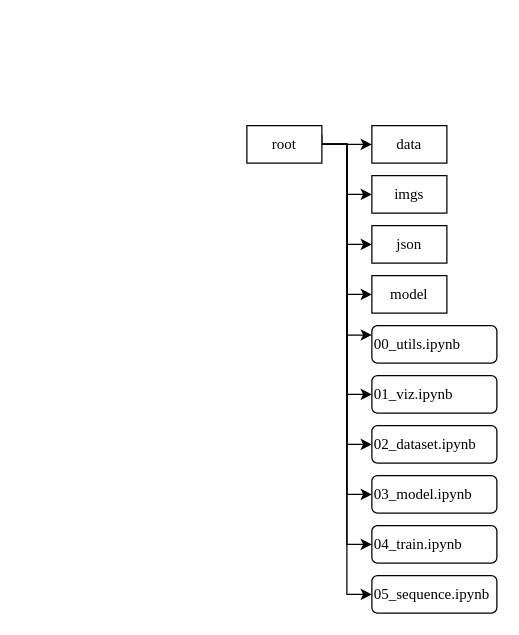
The draw.io diagram bab3/gambar/struktur_direktori.drawio in denilson020898/skripsi, before the edit. Source tidied: cells renumbered, new cells numbered last; positions are measured from the earlier drawing's top-left corner, leaving out a move shared by most shapes. Both pictures are drawn from the tidied source at 125%, with x=0, y=0 at pixel (246, 125).
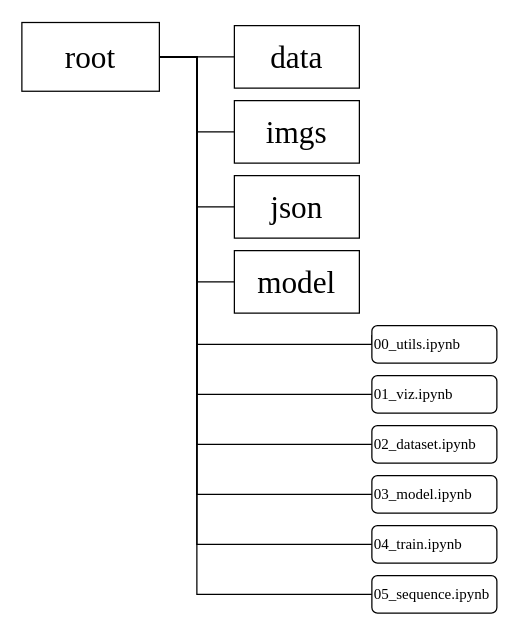
Above is the later version.

Unchanged cells that the change refers to:
```xml
<mxCell id="18" value="01_viz.ipynb" style="rounded=1;whiteSpace=wrap;html=1;align=left;fontFamily=Times New Roman;" parent="1" vertex="1">
  <mxGeometry x="100" y="200" width="100" height="30" as="geometry" />
</mxCell>
<mxCell id="19" value="02_dataset.ipynb" style="rounded=1;whiteSpace=wrap;html=1;align=left;fontFamily=Times New Roman;" parent="1" vertex="1">
  <mxGeometry x="100" y="240" width="100" height="30" as="geometry" />
</mxCell>
<mxCell id="20" value="03_model.ipynb" style="rounded=1;whiteSpace=wrap;html=1;align=left;fontFamily=Times New Roman;" parent="1" vertex="1">
  <mxGeometry x="100" y="280" width="100" height="30" as="geometry" />
</mxCell>
<mxCell id="21" value="04_train.ipynb" style="rounded=1;whiteSpace=wrap;html=1;align=left;fontFamily=Times New Roman;" parent="1" vertex="1">
  <mxGeometry x="100" y="320" width="100" height="30" as="geometry" />
</mxCell>
```

The edit, as a diff of the source:
```diff
@@
-    <mxCell id="2" style="edgeStyle=orthogonalEdgeStyle;rounded=0;jettySize=auto;html=1;align=left;fontFamily=Times New Roman;" parent="1" edge="1" source="12" target="13">
+    <mxCell id="2" style="edgeStyle=orthogonalEdgeStyle;rounded=0;jettySize=auto;html=1;align=left;fontFamily=Times New Roman;strokeColor=#000000;endArrow=none;endFill=0;" parent="1" edge="1" source="12" target="13">
       <mxGeometry relative="1" as="geometry" />
     </mxCell>
-    <mxCell id="3" style="edgeStyle=orthogonalEdgeStyle;rounded=0;jettySize=auto;html=1;exitX=1;exitY=0.5;exitDx=0;exitDy=0;entryX=0;entryY=0.5;entryDx=0;entryDy=0;align=left;fontFamily=Times New Roman;" parent="1" edge="1" source="12" target="14">
+    <mxCell id="3" style="edgeStyle=orthogonalEdgeStyle;rounded=0;jettySize=auto;html=1;exitX=1;exitY=0.5;exitDx=0;exitDy=0;entryX=0;entryY=0.5;entryDx=0;entryDy=0;align=left;fontFamily=Times New Roman;endArrow=none;endFill=0;" parent="1" edge="1" source="12" target="14">
       <mxGeometry relative="1" as="geometry" />
     </mxCell>
-    <mxCell id="4" style="edgeStyle=orthogonalEdgeStyle;rounded=0;jettySize=auto;html=1;exitX=1;exitY=0.5;exitDx=0;exitDy=0;entryX=0;entryY=0.5;entryDx=0;entryDy=0;align=left;fontFamily=Times New Roman;" parent="1" edge="1" source="12" target="15">
+    <mxCell id="4" style="edgeStyle=orthogonalEdgeStyle;rounded=0;jettySize=auto;html=1;exitX=1;exitY=0.5;exitDx=0;exitDy=0;entryX=0;entryY=0.5;entryDx=0;entryDy=0;align=left;fontFamily=Times New Roman;endArrow=none;endFill=0;" parent="1" edge="1" source="12" target="15">
       <mxGeometry relative="1" as="geometry" />
     </mxCell>
-    <mxCell id="5" style="edgeStyle=orthogonalEdgeStyle;rounded=0;jettySize=auto;html=1;exitX=1;exitY=0.5;exitDx=0;exitDy=0;entryX=0;entryY=0.5;entryDx=0;entryDy=0;align=left;fontFamily=Times New Roman;" parent="1" edge="1" source="12" target="16">
+    <mxCell id="5" style="edgeStyle=orthogonalEdgeStyle;rounded=0;jettySize=auto;html=1;exitX=1;exitY=0.5;exitDx=0;exitDy=0;entryX=0;entryY=0.5;entryDx=0;entryDy=0;align=left;fontFamily=Times New Roman;endArrow=none;endFill=0;" parent="1" edge="1" source="12" target="16">
       <mxGeometry relative="1" as="geometry" />
     </mxCell>
-    <mxCell id="6" style="edgeStyle=orthogonalEdgeStyle;rounded=0;jettySize=auto;html=1;exitX=1;exitY=0.5;exitDx=0;exitDy=0;entryX=0;entryY=0.25;entryDx=0;entryDy=0;align=left;fontFamily=Times New Roman;" parent="1" edge="1" source="12" target="17">
-      <mxGeometry relative="1" as="geometry" />
+    <mxCell id="6" style="edgeStyle=orthogonalEdgeStyle;rounded=0;jettySize=auto;html=1;exitX=1;exitY=0.5;exitDx=0;exitDy=0;entryX=0;entryY=0.25;entryDx=0;entryDy=0;align=left;fontFamily=Times New Roman;endArrow=none;endFill=0;" parent="1" edge="1" source="12" target="17">
+      <mxGeometry relative="1" as="geometry">
+        <Array as="points">
+          <mxPoint x="-40" y="-55" />
+          <mxPoint x="-40" y="175" />
+          <mxPoint x="100" y="175" />
+        </Array>
+      </mxGeometry>
     </mxCell>
-    <mxCell id="7" style="edgeStyle=orthogonalEdgeStyle;rounded=0;jettySize=auto;html=1;exitX=1;exitY=0.5;exitDx=0;exitDy=0;entryX=0;entryY=0.5;entryDx=0;entryDy=0;align=left;fontFamily=Times New Roman;" parent="1" edge="1" source="12" target="18">
-      <mxGeometry relative="1" as="geometry" />
+    <mxCell id="7" style="edgeStyle=orthogonalEdgeStyle;rounded=0;jettySize=auto;html=1;exitX=1;exitY=0.5;exitDx=0;exitDy=0;entryX=0;entryY=0.5;entryDx=0;entryDy=0;align=left;fontFamily=Times New Roman;endArrow=none;endFill=0;" parent="1" edge="1" source="12" target="18">
+      <mxGeometry relative="1" as="geometry">
+        <Array as="points">
+          <mxPoint x="-40" y="-55" />
+          <mxPoint x="-40" y="215" />
+        </Array>
+      </mxGeometry>
     </mxCell>
-    <mxCell id="8" style="edgeStyle=orthogonalEdgeStyle;rounded=0;jettySize=auto;html=1;exitX=1;exitY=0.5;exitDx=0;exitDy=0;entryX=0;entryY=0.5;entryDx=0;entryDy=0;align=left;fontFamily=Times New Roman;" parent="1" edge="1" source="12" target="19">
-      <mxGeometry relative="1" as="geometry" />
+    <mxCell id="8" style="edgeStyle=orthogonalEdgeStyle;rounded=0;jettySize=auto;html=1;exitX=1;exitY=0.5;exitDx=0;exitDy=0;entryX=0;entryY=0.5;entryDx=0;entryDy=0;align=left;fontFamily=Times New Roman;endArrow=none;endFill=0;" parent="1" edge="1" source="12" target="19">
+      <mxGeometry relative="1" as="geometry">
+        <Array as="points">
+          <mxPoint x="-40" y="-55" />
+          <mxPoint x="-40" y="255" />
+        </Array>
+      </mxGeometry>
     </mxCell>
-    <mxCell id="9" style="edgeStyle=orthogonalEdgeStyle;rounded=0;jettySize=auto;html=1;exitX=1;exitY=0.5;exitDx=0;exitDy=0;entryX=0;entryY=0.5;entryDx=0;entryDy=0;align=left;fontFamily=Times New Roman;" parent="1" edge="1" source="12" target="20">
-      <mxGeometry relative="1" as="geometry" />
+    <mxCell id="9" style="edgeStyle=orthogonalEdgeStyle;rounded=0;jettySize=auto;html=1;exitX=1;exitY=0.5;exitDx=0;exitDy=0;entryX=0;entryY=0.5;entryDx=0;entryDy=0;align=left;fontFamily=Times New Roman;endArrow=none;endFill=0;" parent="1" edge="1" source="12" target="20">
+      <mxGeometry relative="1" as="geometry">
+        <Array as="points">
+          <mxPoint x="-40" y="-55" />
+          <mxPoint x="-40" y="295" />
+        </Array>
+      </mxGeometry>
     </mxCell>
-    <mxCell id="10" style="edgeStyle=orthogonalEdgeStyle;rounded=0;jettySize=auto;html=1;exitX=1;exitY=0.25;exitDx=0;exitDy=0;entryX=0;entryY=0.5;entryDx=0;entryDy=0;align=left;fontFamily=Times New Roman;" parent="1" edge="1" source="12" target="21">
+    <mxCell id="10" style="edgeStyle=orthogonalEdgeStyle;rounded=0;jettySize=auto;html=1;exitX=1;exitY=0.25;exitDx=0;exitDy=0;entryX=0;entryY=0.5;entryDx=0;entryDy=0;align=left;fontFamily=Times New Roman;endArrow=none;endFill=0;" parent="1" edge="1" source="12" target="21">
       <mxGeometry relative="1" as="geometry">
         <Array as="points">
-          <mxPoint x="60" y="15" />
-          <mxPoint x="80" y="15" />
-          <mxPoint x="80" y="335" />
+          <mxPoint x="-70" y="-55" />
+          <mxPoint x="-40" y="-55" />
+          <mxPoint x="-40" y="335" />
         </Array>
       </mxGeometry>
     </mxCell>
-    <mxCell id="11" style="edgeStyle=orthogonalEdgeStyle;rounded=0;jettySize=auto;html=1;exitX=1;exitY=0.5;exitDx=0;exitDy=0;entryX=0;entryY=0.5;entryDx=0;entryDy=0;align=left;fontFamily=Times New Roman;" parent="1" edge="1" source="12" target="22">
-      <mxGeometry relative="1" as="geometry" />
+    <mxCell id="11" style="edgeStyle=orthogonalEdgeStyle;rounded=0;jettySize=auto;html=1;exitX=1;exitY=0.5;exitDx=0;exitDy=0;entryX=0;entryY=0.5;entryDx=0;entryDy=0;align=left;fontFamily=Times New Roman;endArrow=none;endFill=0;" parent="1" edge="1" source="12" target="22">
+      <mxGeometry relative="1" as="geometry">
+        <Array as="points">
+          <mxPoint x="-40" y="-55" />
+          <mxPoint x="-40" y="375" />
+        </Array>
+      </mxGeometry>
     </mxCell>
-    <mxCell id="12" value="root" style="rounded=0;whiteSpace=wrap;html=1;align=center;fontFamily=Times New Roman;" parent="1" vertex="1">
-      <mxGeometry width="60" height="30" as="geometry" />
+    <mxCell id="12" value="root" style="rounded=0;whiteSpace=wrap;html=1;align=center;fontFamily=Times New Roman;fontSize=25;" parent="1" vertex="1">
+      <mxGeometry x="-180" y="-82.5" width="110" height="55" as="geometry" />
     </mxCell>
-    <mxCell id="13" value="data" style="rounded=0;whiteSpace=wrap;html=1;align=center;fontFamily=Times New Roman;" parent="1" vertex="1">
-      <mxGeometry x="100" width="60" height="30" as="geometry" />
+    <mxCell id="13" value="data" style="rounded=0;whiteSpace=wrap;html=1;align=center;fontFamily=Times New Roman;fontSize=25;" parent="1" vertex="1">
+      <mxGeometry x="-10" y="-80" width="100" height="50" as="geometry" />
     </mxCell>
-    <mxCell id="14" value="imgs" style="rounded=0;whiteSpace=wrap;html=1;align=center;fontFamily=Times New Roman;" parent="1" vertex="1">
-      <mxGeometry x="100" y="40" width="60" height="30" as="geometry" />
+    <mxCell id="14" value="imgs" style="rounded=0;whiteSpace=wrap;html=1;align=center;fontFamily=Times New Roman;fontSize=25;" parent="1" vertex="1">
+      <mxGeometry x="-10" y="-20" width="100" height="50" as="geometry" />
     </mxCell>
-    <mxCell id="15" value="json" style="rounded=0;whiteSpace=wrap;html=1;align=center;fontFamily=Times New Roman;" parent="1" vertex="1">
-      <mxGeometry x="100" y="80" width="60" height="30" as="geometry" />
+    <mxCell id="15" value="json" style="rounded=0;whiteSpace=wrap;html=1;align=center;fontFamily=Times New Roman;fontSize=25;" parent="1" vertex="1">
+      <mxGeometry x="-10" y="40" width="100" height="50" as="geometry" />
     </mxCell>
-    <mxCell id="16" value="model" style="rounded=0;whiteSpace=wrap;html=1;align=center;fontFamily=Times New Roman;" parent="1" vertex="1">
-      <mxGeometry x="100" y="120" width="60" height="30" as="geometry" />
+    <mxCell id="16" value="model" style="rounded=0;whiteSpace=wrap;html=1;align=center;fontFamily=Times New Roman;fontSize=25;" parent="1" vertex="1">
+      <mxGeometry x="-10" y="100" width="100" height="50" as="geometry" />
     </mxCell>
-    <mxCell id="17" value="00_utils.ipynb" style="rounded=1;whiteSpace=wrap;html=1;align=left;fontFamily=Times New Roman;" parent="1" vertex="1">
+    <mxCell id="17" value="00_utils.ipynb" style="rounded=1;whiteSpace=wrap;html=1;align=left;fontFamily=Times New Roman;fontSize=12;" parent="1" vertex="1">
       <mxGeometry x="100" y="160" width="100" height="30" as="geometry" />
     </mxCell>
@@
-    <mxCell id="22" value="05_sequence.ipynb" style="rounded=1;whiteSpace=wrap;html=1;align=left;fontFamily=Times New Roman;" parent="1" vertex="1">
+    <mxCell id="22" value="05_sequence.ipynb" style="rounded=1;whiteSpace=wrap;html=1;align=left;fontFamily=Times New Roman;fontSize=12;" parent="1" vertex="1">
       <mxGeometry x="100" y="360" width="100" height="30" as="geometry" />
     </mxCell>
```
